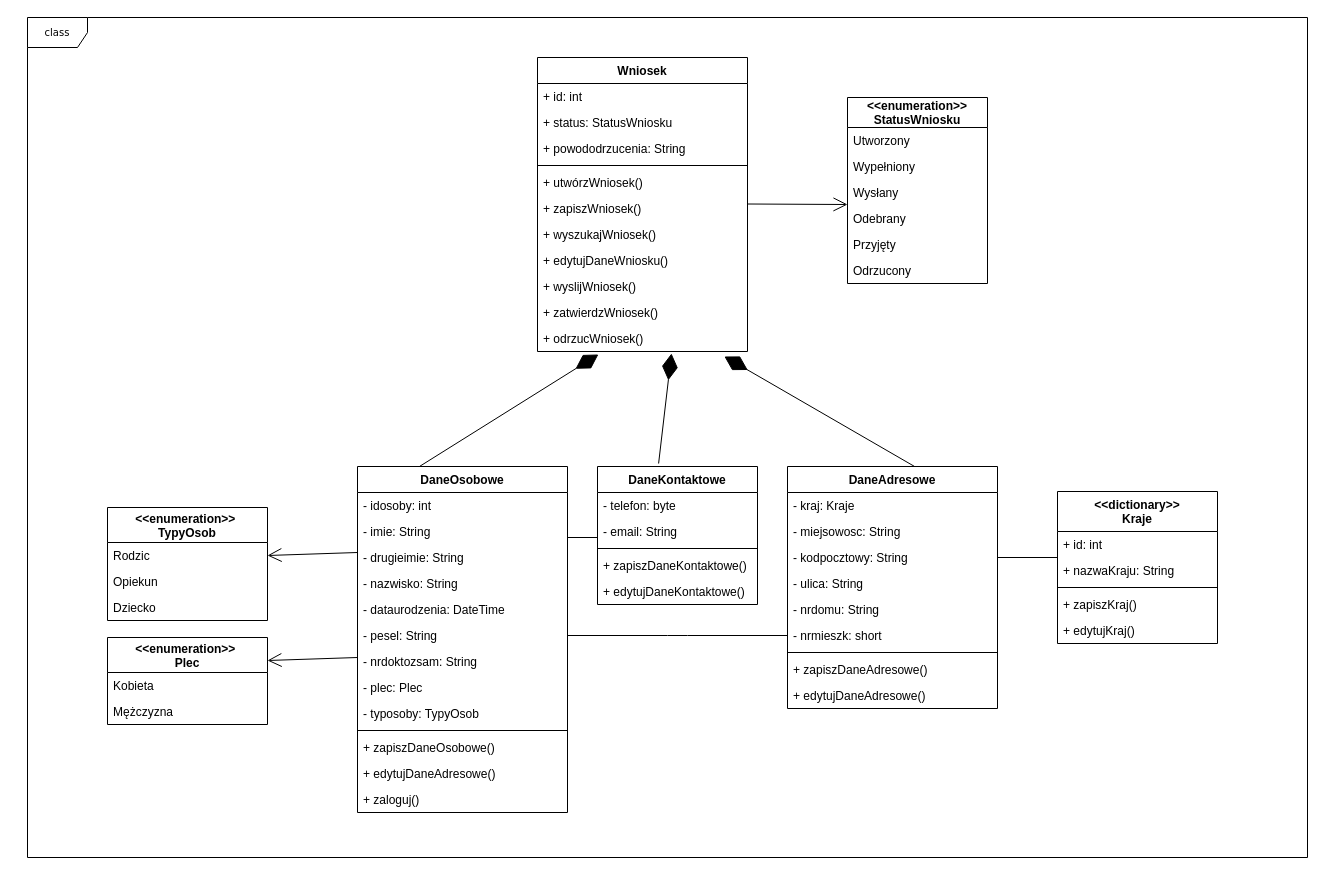
Above: eRodzina-model-dziedziny.drawio in tadeg/study (draw.io), before the change. Source tidied: cells renumbered, new cells numbered last; positions are measured from the earlier drawing's top-left corner, leaving out a move shared by most shapes. Both pictures are drawn from the tidied source at 100%, with x=0, y=0 at pixel (27, 17).
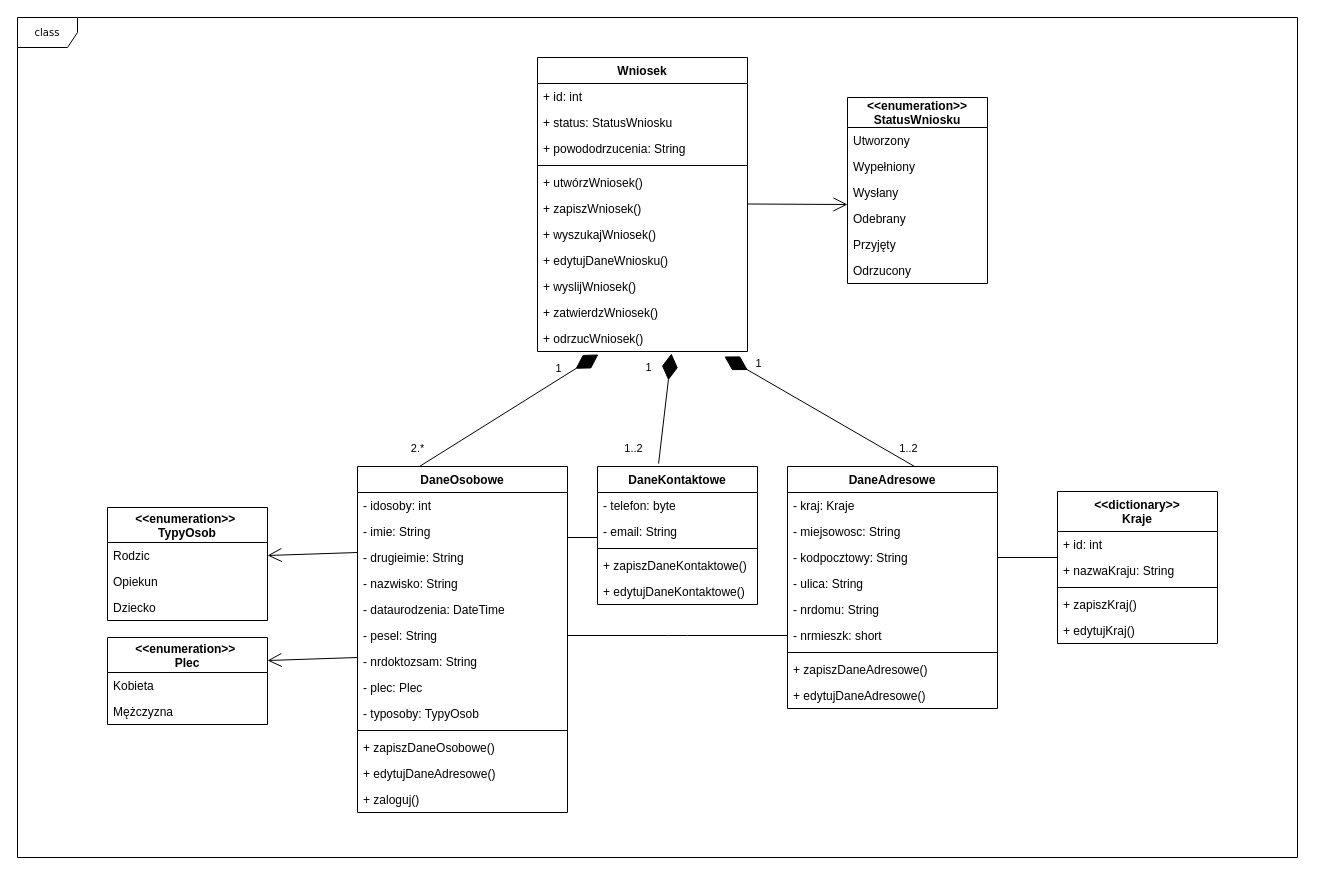
After the change.

The change refers to these unchanged cells:
```xml
<mxCell id="50" style="endArrow=diamondThin;endFill=1;endSize=24;html=1;entryX=0.29;entryY=1.115;entryDx=0;entryDy=0;entryPerimeter=0;exitX=0.295;exitY=0;exitDx=0;exitDy=0;exitPerimeter=0;" parent="1" edge="1" source="36" target="13">
  <mxGeometry relative="1" as="geometry" />
</mxCell>
<mxCell id="51" style="endArrow=diamondThin;endFill=1;endSize=24;html=1;entryX=0.638;entryY=1.077;entryDx=0;entryDy=0;entryPerimeter=0;exitX=0.295;exitY=0;exitDx=0;exitDy=0;exitPerimeter=0;" parent="1" edge="1" target="13">
  <mxGeometry relative="1" as="geometry">
    <mxPoint x="631.1" y="446" as="sourcePoint" />
  </mxGeometry>
</mxCell>
<mxCell id="52" style="endArrow=diamondThin;endFill=1;endSize=24;html=1;entryX=0.89;entryY=1.192;entryDx=0;entryDy=0;entryPerimeter=0;exitX=0.295;exitY=0;exitDx=0;exitDy=0;exitPerimeter=0;" parent="1" edge="1" target="13">
  <mxGeometry relative="1" as="geometry">
    <mxPoint x="887.1" y="449" as="sourcePoint" />
  </mxGeometry>
</mxCell>
```

The edit, as a diff of the source:
```diff
@@
+    <mxCell id="74" value="1" style="edgeLabel;html=1;align=center;verticalAlign=middle;" parent="50" vertex="1">
+      <mxGeometry x="0.63" y="-2" relative="1" as="geometry">
+        <mxPoint x="-8.8" y="-9.4" as="offset" />
+      </mxGeometry>
+    </mxCell>
+    <mxCell id="75" value="2.*" style="edgeLabel;html=1;align=center;verticalAlign=middle;" parent="50" vertex="1">
+      <mxGeometry x="-0.88" relative="1" as="geometry">
+        <mxPoint x="-13" y="-12.1" as="offset" />
+      </mxGeometry>
+    </mxCell>
@@
+    <mxCell id="76" value="1" style="edgeLabel;html=1;align=center;verticalAlign=middle;" parent="51" vertex="1">
+      <mxGeometry x="0.71" relative="1" as="geometry">
+        <mxPoint x="-22.1" y="-1.7" as="offset" />
+      </mxGeometry>
+    </mxCell>
+    <mxCell id="77" value="1..2" style="edgeLabel;html=1;align=center;verticalAlign=middle;" parent="51" vertex="1">
+      <mxGeometry x="-0.47" y="-1" relative="1" as="geometry">
+        <mxPoint x="-30.4" y="12.7" as="offset" />
+      </mxGeometry>
+    </mxCell>
@@
+    <mxCell id="78" value="1" style="edgeLabel;html=1;align=center;verticalAlign=middle;" parent="52" vertex="1">
+      <mxGeometry x="0.86" y="-1" relative="1" as="geometry">
+        <mxPoint x="19" as="offset" />
+      </mxGeometry>
+    </mxCell>
+    <mxCell id="79" value="1..2" style="edgeLabel;html=1;align=center;verticalAlign=middle;" parent="52" vertex="1">
+      <mxGeometry x="-0.81" y="2" relative="1" as="geometry">
+        <mxPoint x="12.1" y="-10.2" as="offset" />
+      </mxGeometry>
+    </mxCell>
@@
     <mxCell id="54" value="class" style="shape=umlFrame;whiteSpace=wrap;html=1;rounded=0;shadow=0;comic=0;labelBackgroundColor=none;strokeWidth=1;fontFamily=Verdana;fontSize=10;align=center;" parent="1" vertex="1">
-      <mxGeometry width="1280" height="840" as="geometry" />
+      <mxGeometry x="-10" width="1280" height="840" as="geometry" />
     </mxCell>
```
